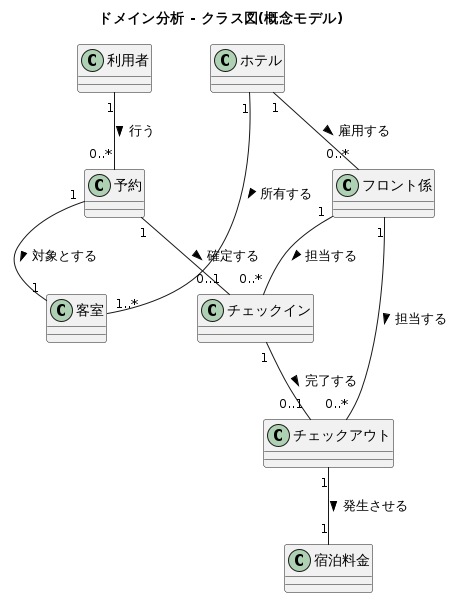
Above: docs/uml/images/domain_class_diagram.png in doguto/waseda-hrs (PlantUML), before the change. Source of this version:
```plantuml
@startuml domain_class_diagram
title ドメイン分析 - クラス図(概念モデル)

class 利用者
class ホテル
class 客室
class 予約
class フロント係
class チェックイン
class チェックアウト
class 宿泊料金

利用者 "1" -- "0..*" 予約 : 行う >
予約 "1" -- "1" 客室 : 対象とする >
ホテル "1" -- "1..*" 客室 : 所有する >
ホテル "1" -- "0..*" フロント係 : 雇用する >

予約 "1" -- "0..1" チェックイン : 確定する >
チェックイン "1" -- "0..1" チェックアウト : 完了する >
フロント係 "1" -- "0..*" チェックイン : 担当する >
フロント係 "1" -- "0..*" チェックアウト : 担当する >
チェックアウト "1" -- "1" 宿泊料金 : 発生させる >

@enduml
```
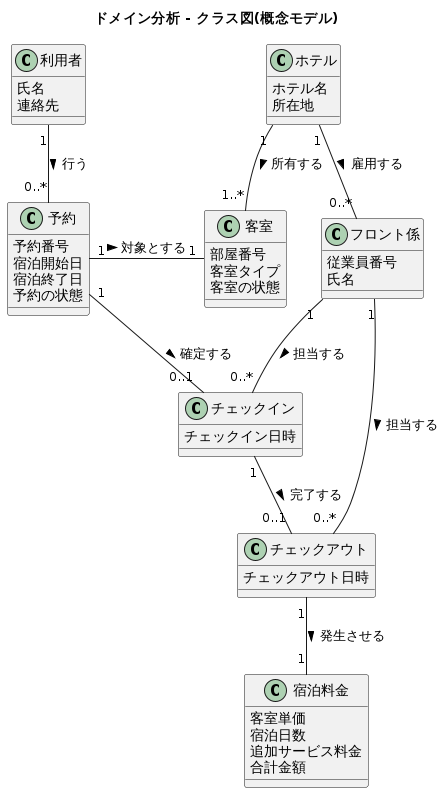
After the change.

Commit message:
docs(uml): ドメインクラス図に属性を追加

## 背景
チェックリスト確認（`11_review_checklist.md` 課題1）で、ドメイン分析の
レビュー項目「対象とする問題領域の用語表・辞書として機能する」が△だった。

## 問題点
クラス名は業務用語で統一していたが、属性を一つも記載していなかったため、
問題領域の用語辞書としては粗く、宿泊日・予約番号・部屋番号・単価といった
業務上の重要な語がモデルに現れていなかった。

## 対応内容
- 8クラスすべてに属性を追記した。分析工程のモデルなので実装型（String, int 等）は
  割り当てず、業務でそのまま使われる語（「宿泊開始日」「客室単価」等）にとどめた
- 属性追加でボックスが大きくなり関連線が交差したため、`-down-` / `-right-` で
  配置方向を明示して交差を解消した（元の図にもあった ホテル—客室 の交差も併せて解消）
- `11_review_checklist.md` の該当項目を○に更新し、課題一覧の #1 を対応済みにした

Diff of the diagram source:
```diff
@@ -1,24 +1,52 @@
 @startuml domain_class_diagram
 title ドメイン分析 - クラス図(概念モデル)
 
-class 利用者
-class ホテル
-class 客室
-class 予約
-class フロント係
-class チェックイン
-class チェックアウト
-class 宿泊料金
 
-利用者 "1" -- "0..*" 予約 : 行う >
-予約 "1" -- "1" 客室 : 対象とする >
-ホテル "1" -- "1..*" 客室 : 所有する >
-ホテル "1" -- "0..*" フロント係 : 雇用する >
+class 利用者 {
+  氏名
+  連絡先
+}
+class ホテル {
+  ホテル名
+  所在地
+}
+class 客室 {
+  部屋番号
+  客室タイプ
+  客室の状態
+}
+class 予約 {
+  予約番号
+  宿泊開始日
+  宿泊終了日
+  予約の状態
+}
+class フロント係 {
+  従業員番号
+  氏名
+}
+class チェックイン {
+  チェックイン日時
+}
+class チェックアウト {
+  チェックアウト日時
+}
+class 宿泊料金 {
+  客室単価
+  宿泊日数
+  追加サービス料金
+  合計金額
+}
 
-予約 "1" -- "0..1" チェックイン : 確定する >
-チェックイン "1" -- "0..1" チェックアウト : 完了する >
-フロント係 "1" -- "0..*" チェックイン : 担当する >
-フロント係 "1" -- "0..*" チェックアウト : 担当する >
-チェックアウト "1" -- "1" 宿泊料金 : 発生させる >
+利用者 "1" -down- "0..*" 予約 : 行う >
+ホテル "1" -down- "1..*" 客室 : 所有する >
+ホテル "1" -right- "0..*" フロント係 : 雇用する >
+予約 "1" -right- "1" 客室 : 対象とする >
+
+予約 "1" -down- "0..1" チェックイン : 確定する >
+チェックイン "1" -down- "0..1" チェックアウト : 完了する >
+フロント係 "1" -down- "0..*" チェックイン : 担当する >
+フロント係 "1" -down- "0..*" チェックアウト : 担当する >
+チェックアウト "1" -down- "1" 宿泊料金 : 発生させる >
 
 @enduml
```
